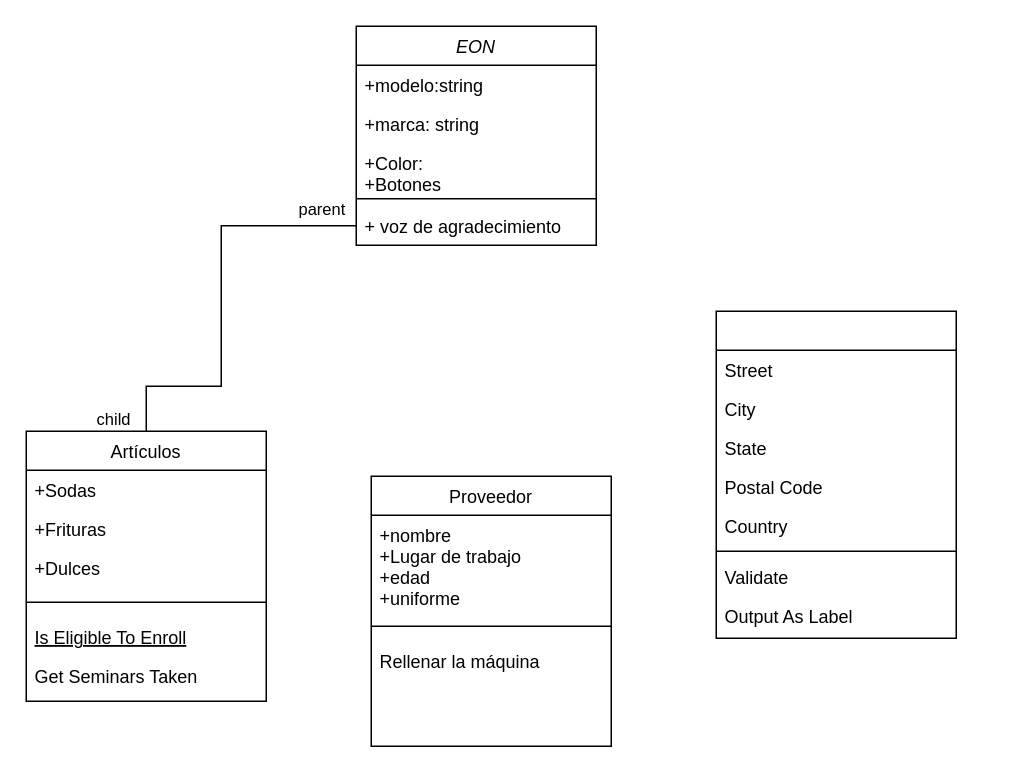
Before: ParadigmaOO/UML.drawio in Er1c-0Q/ProgOO, a draw.io diagram. Source tidied: cells renumbered, new cells numbered last; positions are measured from the earlier drawing's top-left corner, leaving out a move shared by most shapes. Both pictures are drawn from the tidied source at 150%, with x=0, y=0 at pixel (26, 26).
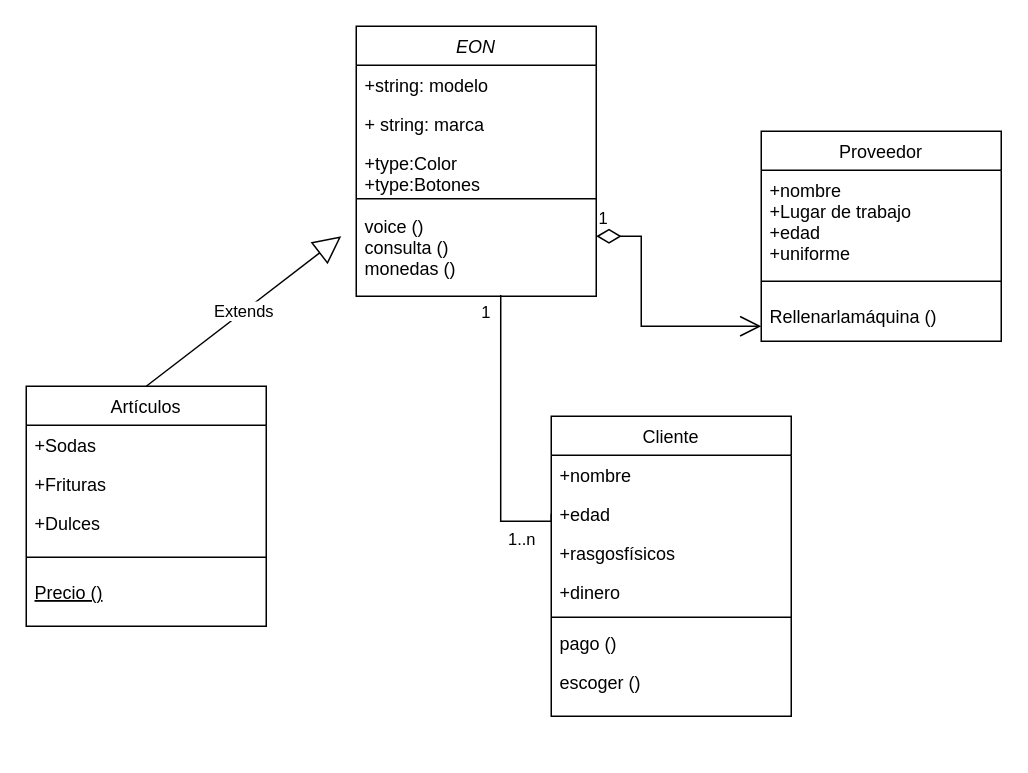
The same page after the edit.

Change to the diagram source:
```diff
@@
     <mxCell id="2" value="EON" style="swimlane;fontStyle=2;align=center;verticalAlign=top;horizontal=1;startSize=26;rounded=0;shadow=0;strokeWidth=1;" parent="1" vertex="1">
-      <mxGeometry x="220" width="160" height="146" as="geometry" />
+      <mxGeometry x="220" width="160" height="180" as="geometry" />
     </mxCell>
-    <mxCell id="3" value="+modelo:string" style="text;align=left;verticalAlign=top;spacingLeft=4;spacingRight=4;overflow=hidden;" parent="2" vertex="1">
+    <mxCell id="3" value="+string: modelo" style="text;align=left;verticalAlign=top;spacingLeft=4;spacingRight=4;overflow=hidden;" parent="2" vertex="1">
       <mxGeometry y="26" width="160" height="26" as="geometry" />
     </mxCell>
-    <mxCell id="4" value="+marca: string" style="text;align=left;verticalAlign=top;spacingLeft=4;spacingRight=4;overflow=hidden;rounded=0;shadow=0;html=0;" parent="2" vertex="1">
+    <mxCell id="4" value="+ string: marca" style="text;align=left;verticalAlign=top;spacingLeft=4;spacingRight=4;overflow=hidden;rounded=0;shadow=0;html=0;" parent="2" vertex="1">
       <mxGeometry y="52" width="160" height="26" as="geometry" />
     </mxCell>
-    <mxCell id="5" value="+Color:&#10;+Botones&#10;" style="text;align=left;verticalAlign=top;spacingLeft=4;spacingRight=4;overflow=hidden;rounded=0;shadow=0;html=0;" parent="2" vertex="1">
+    <mxCell id="5" value="+type:Color&#10;+type:Botones&#10;" style="text;align=left;verticalAlign=top;spacingLeft=4;spacingRight=4;overflow=hidden;rounded=0;shadow=0;html=0;" parent="2" vertex="1">
       <mxGeometry y="78" width="160" height="32" as="geometry" />
     </mxCell>
@@
-    <mxCell id="7" value="+ voz de agradecimiento" style="text;align=left;verticalAlign=top;spacingLeft=4;spacingRight=4;overflow=hidden;points=[[0,0.5],[1,0.5]];portConstraint=eastwest;" parent="2" vertex="1">
-      <mxGeometry y="120" width="160" height="26" as="geometry" />
+    <mxCell id="7" value="voice ()&#10;consulta ()&#10;monedas ()&#10;" style="text;align=left;verticalAlign=top;spacingLeft=4;spacingRight=4;overflow=hidden;points=[[0,0.5],[1,0.5]];portConstraint=eastwest;" parent="2" vertex="1">
+      <mxGeometry y="120" width="160" height="60" as="geometry" />
     </mxCell>
     <mxCell id="8" value="Artículos" style="swimlane;fontStyle=0;align=center;verticalAlign=top;horizontal=1;startSize=26;rounded=0;shadow=0;strokeWidth=1;" parent="1" vertex="1">
-      <mxGeometry y="270" width="160" height="180" as="geometry" />
+      <mxGeometry y="240" width="160" height="160" as="geometry" />
     </mxCell>
@@
-    <mxCell id="13" value="Is Eligible To Enroll" style="text;align=left;verticalAlign=top;spacingLeft=4;spacingRight=4;overflow=hidden;fontStyle=4;" parent="8" vertex="1">
+    <mxCell id="13" value="Precio ()" style="text;align=left;verticalAlign=top;spacingLeft=4;spacingRight=4;overflow=hidden;fontStyle=4;" parent="8" vertex="1">
       <mxGeometry y="124" width="160" height="26" as="geometry" />
     </mxCell>
-    <mxCell id="14" value="Get Seminars Taken" style="text;align=left;verticalAlign=top;spacingLeft=4;spacingRight=4;overflow=hidden;" parent="8" vertex="1">
-      <mxGeometry y="150" width="160" height="26" as="geometry" />
-    </mxCell>
-    <mxCell id="15" style="swimlane;fontStyle=0;align=center;verticalAlign=top;horizontal=1;startSize=26;rounded=0;shadow=0;strokeWidth=1;" parent="1" vertex="1">
-      <mxGeometry x="460" y="190" width="160" height="218" as="geometry" />
+    <mxCell id="15" value="Cliente" style="swimlane;fontStyle=0;align=center;verticalAlign=top;horizontal=1;startSize=26;rounded=0;shadow=0;strokeWidth=1;" parent="1" vertex="1">
+      <mxGeometry x="350" y="260" width="160" height="200" as="geometry" />
     </mxCell>
-    <mxCell id="16" value="Street" style="text;align=left;verticalAlign=top;spacingLeft=4;spacingRight=4;overflow=hidden;" parent="15" vertex="1">
+    <mxCell id="16" value="+nombre" style="text;align=left;verticalAlign=top;spacingLeft=4;spacingRight=4;overflow=hidden;" parent="15" vertex="1">
       <mxGeometry y="26" width="160" height="26" as="geometry" />
     </mxCell>
-    <mxCell id="17" value="City" style="text;align=left;verticalAlign=top;spacingLeft=4;spacingRight=4;overflow=hidden;points=[[0,0.5],[1,0.5]];portConstraint=eastwest;rounded=0;shadow=0;html=0;" parent="15" vertex="1">
+    <mxCell id="17" value="+edad" style="text;align=left;verticalAlign=top;spacingLeft=4;spacingRight=4;overflow=hidden;points=[[0,0.5],[1,0.5]];portConstraint=eastwest;rounded=0;shadow=0;html=0;" parent="15" vertex="1">
       <mxGeometry y="52" width="160" height="26" as="geometry" />
     </mxCell>
-    <mxCell id="18" value="State" style="text;align=left;verticalAlign=top;spacingLeft=4;spacingRight=4;overflow=hidden;rounded=0;shadow=0;html=0;" parent="15" vertex="1">
+    <mxCell id="18" value="+rasgosfísicos" style="text;align=left;verticalAlign=top;spacingLeft=4;spacingRight=4;overflow=hidden;rounded=0;shadow=0;html=0;" parent="15" vertex="1">
       <mxGeometry y="78" width="160" height="26" as="geometry" />
     </mxCell>
-    <mxCell id="19" value="Postal Code" style="text;align=left;verticalAlign=top;spacingLeft=4;spacingRight=4;overflow=hidden;rounded=0;shadow=0;html=0;" parent="15" vertex="1">
+    <mxCell id="19" value="+dinero" style="text;align=left;verticalAlign=top;spacingLeft=4;spacingRight=4;overflow=hidden;rounded=0;shadow=0;html=0;" parent="15" vertex="1">
       <mxGeometry y="104" width="160" height="26" as="geometry" />
     </mxCell>
-    <mxCell id="20" value="Country" style="text;align=left;verticalAlign=top;spacingLeft=4;spacingRight=4;overflow=hidden;rounded=0;shadow=0;html=0;" parent="15" vertex="1">
-      <mxGeometry y="130" width="160" height="26" as="geometry" />
-    </mxCell>
     <mxCell id="21" style="line;html=1;strokeWidth=1;align=left;verticalAlign=middle;spacingTop=-1;spacingLeft=3;spacingRight=3;labelPosition=right;" parent="15" vertex="1">
-      <mxGeometry y="156" width="160" height="8" as="geometry" />
+      <mxGeometry y="130" width="160" height="8" as="geometry" />
     </mxCell>
-    <mxCell id="22" value="Validate" style="text;align=left;verticalAlign=top;spacingLeft=4;spacingRight=4;overflow=hidden;" parent="15" vertex="1">
-      <mxGeometry y="164" width="160" height="26" as="geometry" />
+    <mxCell id="22" value="pago ()" style="text;align=left;verticalAlign=top;spacingLeft=4;spacingRight=4;overflow=hidden;" parent="15" vertex="1">
+      <mxGeometry y="138" width="160" height="26" as="geometry" />
     </mxCell>
-    <mxCell id="23" value="Output As Label" style="text;align=left;verticalAlign=top;spacingLeft=4;spacingRight=4;overflow=hidden;" parent="15" vertex="1">
-      <mxGeometry y="190" width="160" height="26" as="geometry" />
+    <mxCell id="23" value="escoger ()" style="text;align=left;verticalAlign=top;spacingLeft=4;spacingRight=4;overflow=hidden;" parent="15" vertex="1">
+      <mxGeometry y="164" width="160" height="26" as="geometry" />
     </mxCell>
     <mxCell id="24" value="Proveedor" style="swimlane;fontStyle=0;align=center;verticalAlign=top;horizontal=1;startSize=26;rounded=0;shadow=0;strokeWidth=1;" parent="1" vertex="1">
-      <mxGeometry x="230" y="300" width="160" height="180" as="geometry" />
+      <mxGeometry x="490" y="70" width="160" height="140" as="geometry" />
     </mxCell>
@@
-    <mxCell id="27" value="Rellenar la máquina" style="text;align=left;verticalAlign=top;spacingLeft=4;spacingRight=4;overflow=hidden;" parent="24" vertex="1">
+    <mxCell id="27" value="Rellenarlamáquina ()" style="text;align=left;verticalAlign=top;spacingLeft=4;spacingRight=4;overflow=hidden;" parent="24" vertex="1">
       <mxGeometry y="110" width="160" height="26" as="geometry" />
     </mxCell>
-    <mxCell id="28" style="endArrow=none;html=1;edgeStyle=orthogonalEdgeStyle;rounded=0;exitX=0;exitY=0.5;exitDx=0;exitDy=0;entryX=0.5;entryY=0;entryDx=0;entryDy=0;" parent="1" edge="1" source="7" target="8">
-      <mxGeometry relative="1" as="geometry">
-        <Array as="points">
-          <mxPoint x="130" y="133" />
-          <mxPoint x="130" y="240" />
-          <mxPoint x="80" y="240" />
-        </Array>
-      </mxGeometry>
-    </mxCell>
-    <mxCell id="29" value="parent" style="edgeLabel;html=1;align=left;verticalAlign=bottom;" parent="28" vertex="1">
-      <mxGeometry x="-1" relative="1" as="geometry">
-        <mxPoint x="-40" y="-3" as="offset" />
-      </mxGeometry>
-    </mxCell>
-    <mxCell id="30" value="child" style="edgeLabel;html=1;align=right;verticalAlign=bottom;" parent="28" vertex="1">
-      <mxGeometry x="1" relative="1" as="geometry">
-        <mxPoint x="-10" as="offset" />
-      </mxGeometry>
-    </mxCell>
+    <mxCell id="31" value="Extends" style="endArrow=block;endSize=16;endFill=0;html=1;rounded=0;exitX=0.5;exitY=0;exitDx=0;exitDy=0;" parent="1" edge="1" source="8">
+      <mxGeometry relative="1" as="geometry">
+        <mxPoint x="210" y="140" as="targetPoint" />
+      </mxGeometry>
+    </mxCell>
+    <mxCell id="32" value="1" style="endArrow=open;html=1;endSize=12;startArrow=diamondThin;startSize=14;startFill=0;edgeStyle=orthogonalEdgeStyle;align=left;verticalAlign=bottom;rounded=0;" parent="1" edge="1" source="7">
+      <mxGeometry x="-1" y="3" relative="1" as="geometry">
+        <mxPoint x="490" y="200" as="targetPoint" />
+        <Array as="points">
+          <mxPoint x="410" y="140" />
+          <mxPoint x="410" y="200" />
+        </Array>
+      </mxGeometry>
+    </mxCell>
+    <mxCell id="33" style="endArrow=none;html=1;edgeStyle=orthogonalEdgeStyle;rounded=0;entryX=0.602;entryY=0.986;entryDx=0;entryDy=0;entryPerimeter=0;exitX=0;exitY=0.5;exitDx=0;exitDy=0;" parent="1" edge="1" source="17" target="7">
+      <mxGeometry relative="1" as="geometry">
+        <Array as="points">
+          <mxPoint x="350" y="330" />
+          <mxPoint x="316" y="330" />
+        </Array>
+      </mxGeometry>
+    </mxCell>
+    <mxCell id="34" value="1" style="edgeLabel;html=1;align=right;verticalAlign=bottom;" parent="33" vertex="1">
+      <mxGeometry x="1" relative="1" as="geometry">
+        <mxPoint x="-6" y="20" as="offset" />
+      </mxGeometry>
+    </mxCell>
+    <mxCell id="35" value="1..n" style="edgeLabel;html=1;align=right;verticalAlign=bottom;" parent="1" vertex="1">
+      <mxGeometry x="340" y="350" as="geometry" />
+    </mxCell>
```
